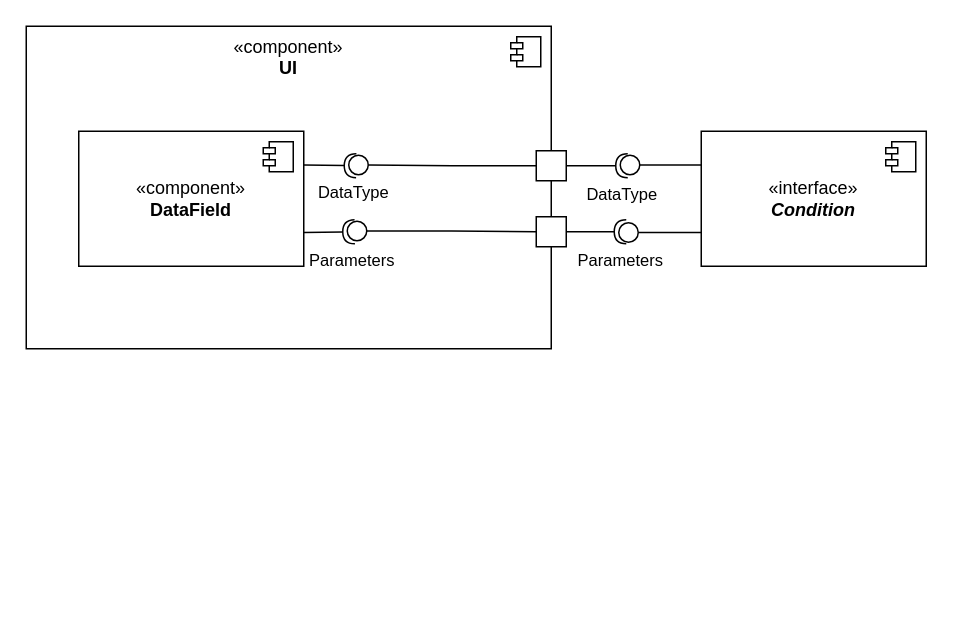
This is UML/DrawIO/ComponentDiagram.drawio from ALEEF02/PrecisionLocationProcessor, a draw.io file, before an edit. Source tidied: cells renumbered, new cells numbered last; positions are measured from the earlier drawing's top-left corner, leaving out a move shared by most shapes. Both pictures are drawn from the tidied source at 150%, with x=0, y=0 at pixel (26, 26).
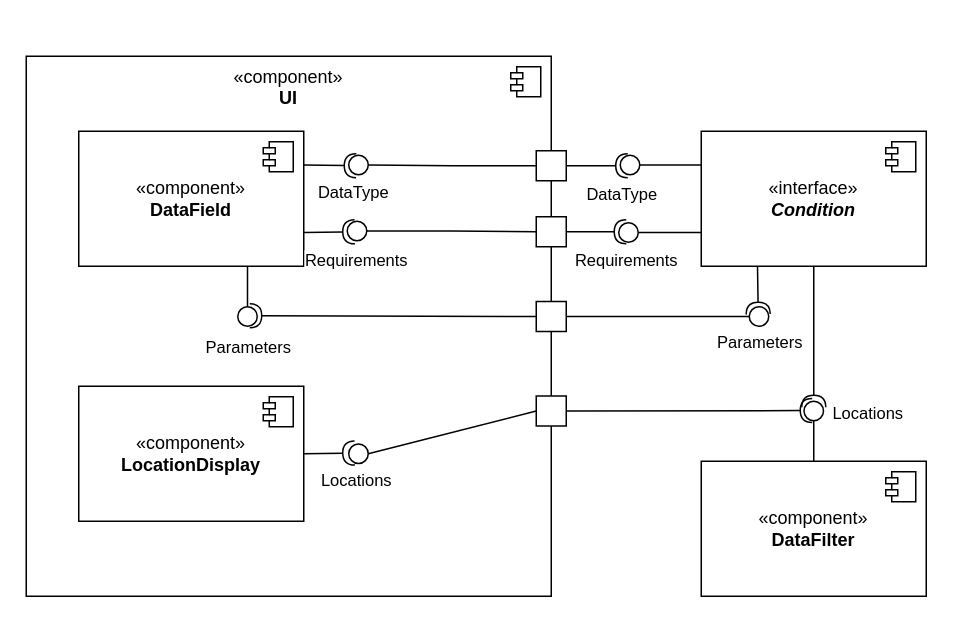
After the change.

Commit message:
Finish up draft ComponentDiagram

Unchanged cells that the change refers to:
```xml
<mxCell id="4" value="«component»&lt;br&gt;&lt;b&gt;DataField&lt;/b&gt;" style="html=1;whiteSpace=wrap;" parent="1" vertex="1">
  <mxGeometry x="35" y="70" width="150" height="90" as="geometry" />
</mxCell>
<mxCell id="9" style="rounded=0;jettySize=auto;html=1;endArrow=halfCircle;endFill=0;endSize=6;strokeWidth=1;sketch=0;fontSize=12;curved=1;exitX=1;exitY=0.75;exitDx=0;exitDy=0;" parent="1" edge="1" source="4">
  <mxGeometry relative="1" as="geometry">
    <mxPoint x="219" y="137" as="targetPoint" />
  </mxGeometry>
</mxCell>
<mxCell id="19" value="«interface»&lt;br&gt;&lt;b&gt;&lt;i&gt;Condition&lt;/i&gt;&lt;/b&gt;" style="html=1;whiteSpace=wrap;" parent="1" vertex="1">
  <mxGeometry x="450" y="70" width="150" height="90" as="geometry" />
</mxCell>
<mxCell id="23" style="rounded=0;jettySize=auto;html=1;endArrow=halfCircle;endFill=0;endSize=6;strokeWidth=1;sketch=0;fontSize=12;curved=1;exitX=1;exitY=0.5;exitDx=0;exitDy=0;" parent="1" edge="1" source="13">
  <mxGeometry relative="1" as="geometry">
    <mxPoint x="400" y="137" as="targetPoint" />
  </mxGeometry>
</mxCell>
```

The edit, as a diff of the source:
```diff
@@
     <mxCell id="2" value="«component»&lt;br&gt;&lt;b&gt;UI&lt;/b&gt;" style="html=1;whiteSpace=wrap;verticalAlign=top;" parent="1" vertex="1">
-      <mxGeometry width="350" height="215" as="geometry" />
+      <mxGeometry y="20" width="350" height="360" as="geometry" />
     </mxCell>
@@
+    <mxCell id="27" style="edgeStyle=orthogonalEdgeStyle;rounded=0;jettySize=auto;html=1;exitX=0.75;exitY=1;exitDx=0;exitDy=0;entryX=0.5;entryY=0;entryDx=0;entryDy=0;endArrow=none;endFill=0;" parent="1" edge="1" source="4" target="33">
+      <mxGeometry relative="1" as="geometry" />
+    </mxCell>
+    <mxCell id="28" value="Parameters" style="edgeLabel;html=1;align=center;verticalAlign=middle;" parent="27" vertex="1">
+      <mxGeometry x="0.23" y="2" relative="1" as="geometry">
+        <mxPoint x="-2" y="36" as="offset" />
+      </mxGeometry>
+    </mxCell>
@@
-    <mxCell id="10" value="Parameters" style="edgeLabel;html=1;align=center;verticalAlign=middle;" parent="9" vertex="1">
+    <mxCell id="10" value="Requirements" style="edgeLabel;html=1;align=center;verticalAlign=middle;" parent="9" vertex="1">
       <mxGeometry x="-0.03" relative="1" as="geometry">
-        <mxPoint x="16" y="18" as="offset" />
+        <mxPoint x="19" y="18" as="offset" />
       </mxGeometry>
     </mxCell>
@@
-    <mxCell id="24" value="Parameters" style="edgeLabel;html=1;align=center;verticalAlign=middle;" parent="23" vertex="1">
+    <mxCell id="24" value="Requirements" style="edgeLabel;html=1;align=center;verticalAlign=middle;" parent="23" vertex="1">
       <mxGeometry x="-0.03" relative="1" as="geometry">
-        <mxPoint x="16" y="18" as="offset" />
+        <mxPoint x="20" y="18" as="offset" />
       </mxGeometry>
     </mxCell>
@@
+    <mxCell id="29" style="rounded=0;jettySize=auto;html=1;endArrow=halfCircle;endFill=0;endSize=6;strokeWidth=1;sketch=0;fontSize=12;curved=1;exitX=0.25;exitY=1;exitDx=0;exitDy=0;" parent="1" edge="1" source="19">
+      <mxGeometry relative="1" as="geometry">
+        <mxPoint x="488" y="192" as="targetPoint" />
+      </mxGeometry>
+    </mxCell>
+    <mxCell id="30" value="Parameters" style="edgeLabel;html=1;align=center;verticalAlign=middle;" parent="29" vertex="1">
+      <mxGeometry x="-0.03" relative="1" as="geometry">
+        <mxPoint x="1" y="35" as="offset" />
+      </mxGeometry>
+    </mxCell>
+    <mxCell id="31" style="edgeStyle=orthogonalEdgeStyle;rounded=0;jettySize=auto;html=1;exitX=0;exitY=0.5;exitDx=0;exitDy=0;entryX=1;entryY=0.5;entryDx=0;entryDy=0;endArrow=none;endFill=0;" parent="1" edge="1" source="32" target="35">
+      <mxGeometry relative="1" as="geometry" />
+    </mxCell>
+    <mxCell id="32" style="ellipse;whiteSpace=wrap;html=1;" parent="1" vertex="1">
+      <mxGeometry x="482" y="187" width="13" height="13" as="geometry" />
+    </mxCell>
+    <mxCell id="33" style="ellipse;whiteSpace=wrap;html=1;" parent="1" vertex="1">
+      <mxGeometry x="141" y="187" width="13" height="13" as="geometry" />
+    </mxCell>
+    <mxCell id="34" style="rounded=0;jettySize=auto;html=1;endArrow=halfCircle;endFill=0;endSize=6;strokeWidth=1;sketch=0;fontSize=12;curved=1;exitX=0;exitY=0.5;exitDx=0;exitDy=0;" parent="1" edge="1" source="35">
+      <mxGeometry relative="1" as="geometry">
+        <mxPoint x="149" y="193" as="targetPoint" />
+      </mxGeometry>
+    </mxCell>
+    <mxCell id="35" style="rounded=0;whiteSpace=wrap;html=1;" parent="1" vertex="1">
+      <mxGeometry x="340" y="183.5" width="20" height="20" as="geometry" />
+    </mxCell>
+    <mxCell id="36" style="edgeStyle=orthogonalEdgeStyle;rounded=0;jettySize=auto;html=1;exitX=0.5;exitY=0;exitDx=0;exitDy=0;entryX=0.5;entryY=1;entryDx=0;entryDy=0;endArrow=none;endFill=0;" parent="1" edge="1" source="38" target="45">
+      <mxGeometry relative="1" as="geometry" />
+    </mxCell>
+    <mxCell id="37" value="Locations" style="edgeLabel;html=1;align=center;verticalAlign=middle;" parent="36" vertex="1">
+      <mxGeometry x="0.22" relative="1" as="geometry">
+        <mxPoint x="35" y="-17" as="offset" />
+      </mxGeometry>
+    </mxCell>
+    <mxCell id="38" value="«component»&lt;br&gt;&lt;b&gt;DataFilter&lt;/b&gt;" style="html=1;whiteSpace=wrap;" parent="1" vertex="1">
+      <mxGeometry x="450" y="290" width="150" height="90" as="geometry" />
+    </mxCell>
+    <mxCell id="39" style="shape=module;jettyWidth=8;jettyHeight=4;" parent="38" vertex="1">
+      <mxGeometry x="1" width="20" height="20" relative="1" as="geometry">
+        <mxPoint x="-27" y="7" as="offset" />
+      </mxGeometry>
+    </mxCell>
+    <mxCell id="40" value="«component»&lt;br&gt;&lt;b&gt;LocationDisplay&lt;/b&gt;" style="html=1;whiteSpace=wrap;" parent="1" vertex="1">
+      <mxGeometry x="35" y="240" width="150" height="90" as="geometry" />
+    </mxCell>
+    <mxCell id="41" style="shape=module;jettyWidth=8;jettyHeight=4;" parent="40" vertex="1">
+      <mxGeometry x="1" width="20" height="20" relative="1" as="geometry">
+        <mxPoint x="-27" y="7" as="offset" />
+      </mxGeometry>
+    </mxCell>
+    <mxCell id="42" style="rounded=0;jettySize=auto;html=1;endArrow=halfCircle;endFill=0;endSize=6;strokeWidth=1;sketch=0;fontSize=12;curved=1;exitX=1;exitY=0.5;exitDx=0;exitDy=0;" parent="1" edge="1" source="40">
+      <mxGeometry relative="1" as="geometry">
+        <mxPoint x="219" y="284.5" as="targetPoint" />
+      </mxGeometry>
+    </mxCell>
+    <mxCell id="43" value="Locations" style="edgeLabel;html=1;align=center;verticalAlign=middle;" parent="42" vertex="1">
+      <mxGeometry x="-0.03" relative="1" as="geometry">
+        <mxPoint x="19" y="18" as="offset" />
+      </mxGeometry>
+    </mxCell>
+    <mxCell id="44" style="rounded=0;whiteSpace=wrap;html=1;" parent="1" vertex="1">
+      <mxGeometry x="340" y="246.5" width="20" height="20" as="geometry" />
+    </mxCell>
+    <mxCell id="45" style="ellipse;whiteSpace=wrap;html=1;" parent="1" vertex="1">
+      <mxGeometry x="518.5" y="250" width="13" height="13" as="geometry" />
+    </mxCell>
+    <mxCell id="46" style="rounded=0;jettySize=auto;html=1;exitX=1;exitY=0.5;exitDx=0;exitDy=0;entryX=0;entryY=0.5;entryDx=0;entryDy=0;endArrow=none;endFill=0;" parent="1" edge="1" source="47" target="44">
+      <mxGeometry relative="1" as="geometry" />
+    </mxCell>
+    <mxCell id="47" style="ellipse;whiteSpace=wrap;html=1;" parent="1" vertex="1">
+      <mxGeometry x="215" y="278.5" width="13" height="13" as="geometry" />
+    </mxCell>
+    <mxCell id="48" style="rounded=0;jettySize=auto;html=1;endArrow=halfCircle;endFill=0;endSize=6;strokeWidth=1;sketch=0;fontSize=12;curved=1;exitX=1;exitY=0.5;exitDx=0;exitDy=0;" parent="1" edge="1" source="44">
+      <mxGeometry relative="1" as="geometry">
+        <mxPoint x="524" y="256.2" as="targetPoint" />
+      </mxGeometry>
+    </mxCell>
+    <mxCell id="49" style="rounded=0;jettySize=auto;html=1;endArrow=halfCircle;endFill=0;endSize=6;strokeWidth=1;sketch=0;fontSize=12;curved=1;exitX=0.5;exitY=1;exitDx=0;exitDy=0;" parent="1" edge="1" source="19">
+      <mxGeometry relative="1" as="geometry">
+        <mxPoint x="525" y="254" as="targetPoint" />
+      </mxGeometry>
+    </mxCell>
```
